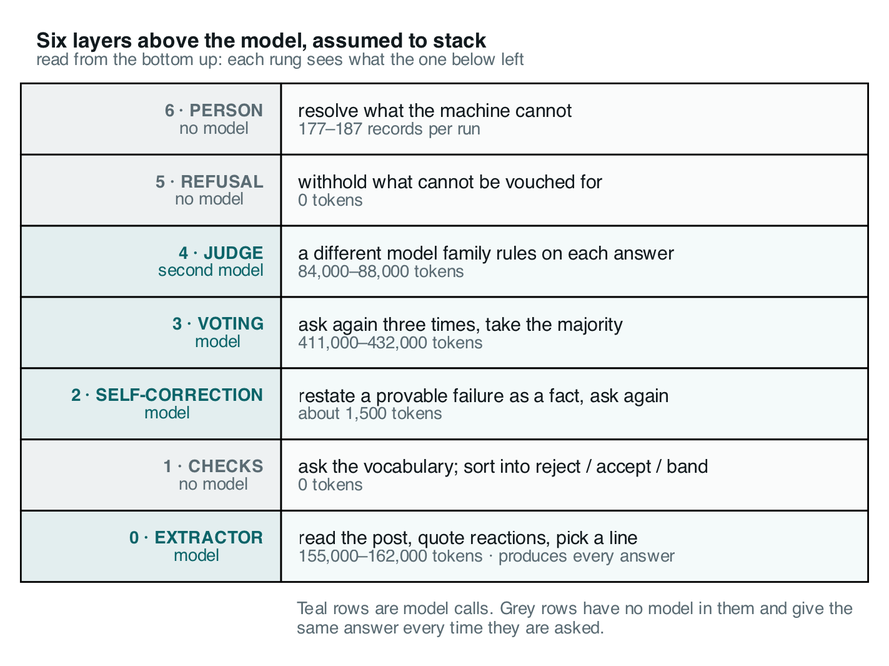
Earlier version of the Graphviz export docs/figures/infoq-fig1-ladder.png (wbagais/reliability-ladder). Its source is kept beside it as docs/figures/infoq-fig1-ladder.dot.
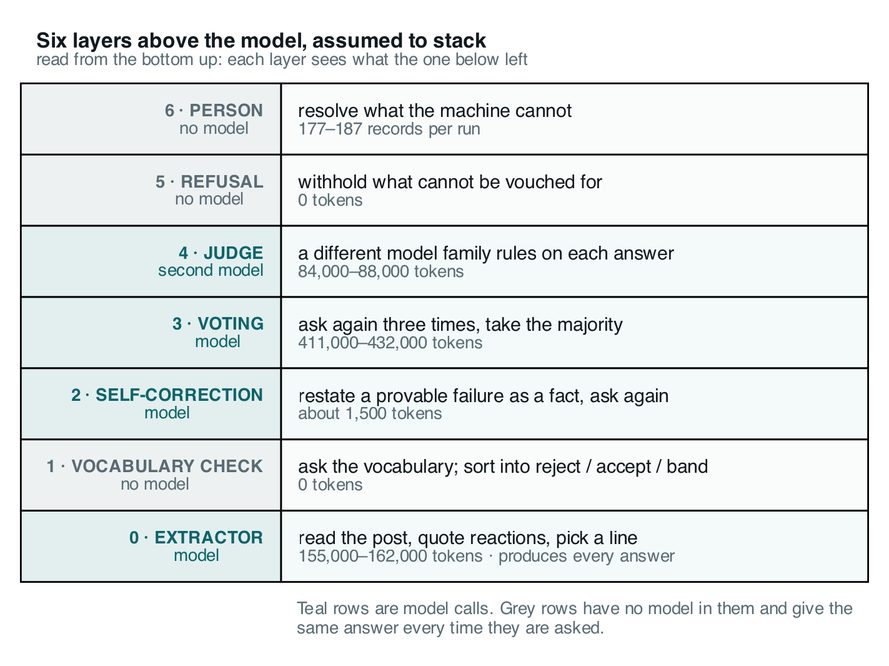
Above is the later version.

Commit message:
InfoQ CADEC article: cut to 2,849 words, reframed around confidence tiers, shipping rules scored as F1 + count to a person, new shipped-set figure

What changed in the source:
```diff
@@ -4,7 +4,7 @@
 
   t [label=<<TABLE BORDER="0" CELLBORDER="1" CELLSPACING="0" CELLPADDING="9">
 
-    <TR><TD BORDER="0" COLSPAN="2" ALIGN="LEFT"><FONT POINT-SIZE="12" COLOR="#121a1e"><B>Six layers above the model, assumed to stack</B></FONT><BR ALIGN="LEFT"/><FONT POINT-SIZE="10" COLOR="#5a6b73">read from the bottom up: each rung sees what the one below left</FONT><BR ALIGN="LEFT"/></TD></TR>
+    <TR><TD BORDER="0" COLSPAN="2" ALIGN="LEFT"><FONT POINT-SIZE="12" COLOR="#121a1e"><B>Six layers above the model, assumed to stack</B></FONT><BR ALIGN="LEFT"/><FONT POINT-SIZE="10" COLOR="#5a6b73">read from the bottom up: each layer sees what the one below left</FONT><BR ALIGN="LEFT"/></TD></TR>
 
     <TR><TD BGCOLOR="#eef1f2" ALIGN="RIGHT" WIDTH="150"><FONT POINT-SIZE="10.5" COLOR="#5a6b73"><B>6 · PERSON</B><BR ALIGN="RIGHT"/>no model</FONT></TD>
       <TD BGCOLOR="#fafbfb" ALIGN="LEFT" WIDTH="330"><FONT POINT-SIZE="11.5" COLOR="#121a1e">resolve what the machine cannot</FONT><BR ALIGN="LEFT"/><FONT POINT-SIZE="10" COLOR="#5a6b73">177–187 records per run</FONT><BR ALIGN="LEFT"/></TD>
@@ -26,7 +26,7 @@
       <TD BGCOLOR="#f4fafa" ALIGN="LEFT"><FONT POINT-SIZE="11.5" COLOR="#121a1e">restate a provable failure as a fact, ask again</FONT><BR ALIGN="LEFT"/><FONT POINT-SIZE="10" COLOR="#5a6b73">about 1,500 tokens</FONT><BR ALIGN="LEFT"/></TD>
     </TR>
 
-    <TR><TD BGCOLOR="#eef1f2" ALIGN="RIGHT"><FONT POINT-SIZE="10.5" COLOR="#5a6b73"><B>1 · CHECKS</B><BR ALIGN="RIGHT"/>no model</FONT></TD>
+    <TR><TD BGCOLOR="#eef1f2" ALIGN="RIGHT"><FONT POINT-SIZE="10.5" COLOR="#5a6b73"><B>1 · VOCABULARY CHECK</B><BR ALIGN="RIGHT"/>no model</FONT></TD>
       <TD BGCOLOR="#fafbfb" ALIGN="LEFT"><FONT POINT-SIZE="11.5" COLOR="#121a1e">ask the vocabulary; sort into reject / accept / band</FONT><BR ALIGN="LEFT"/><FONT POINT-SIZE="10" COLOR="#5a6b73">0 tokens</FONT><BR ALIGN="LEFT"/></TD>
     </TR>
 
```
